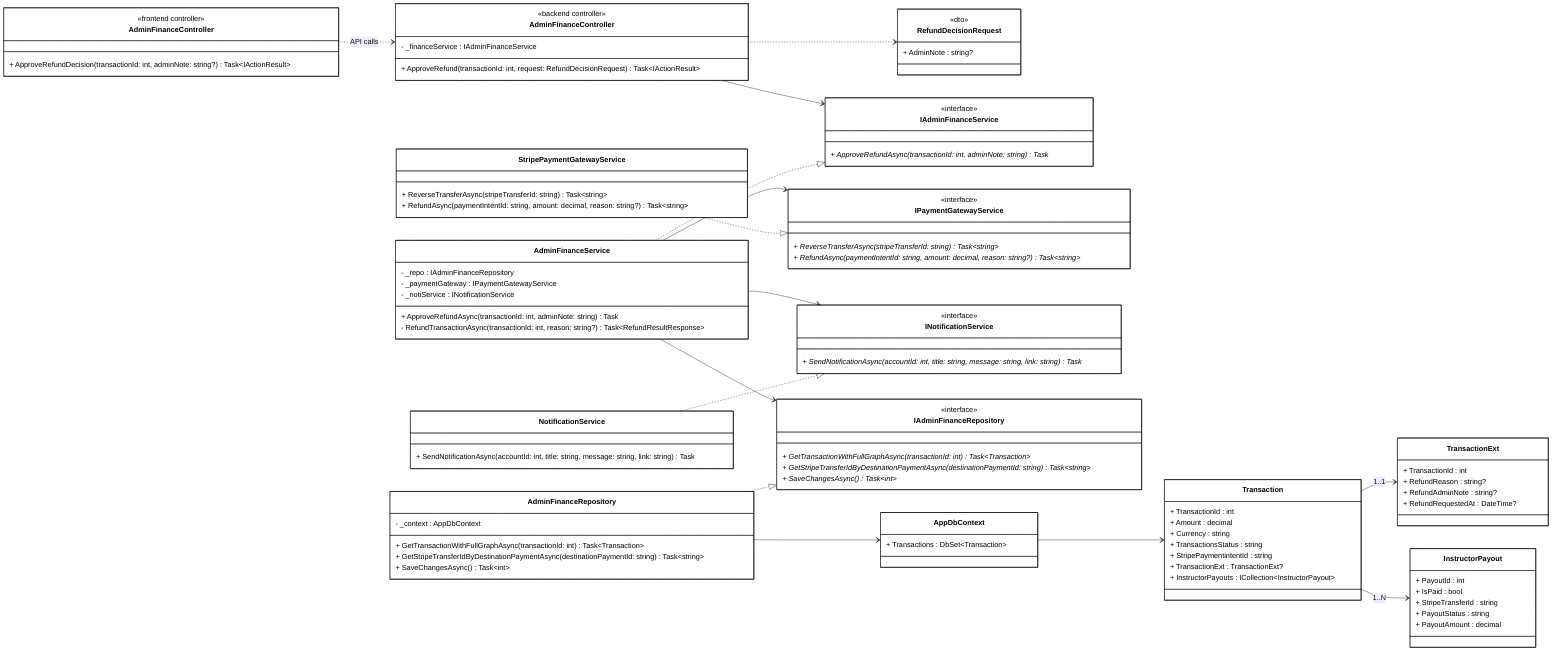
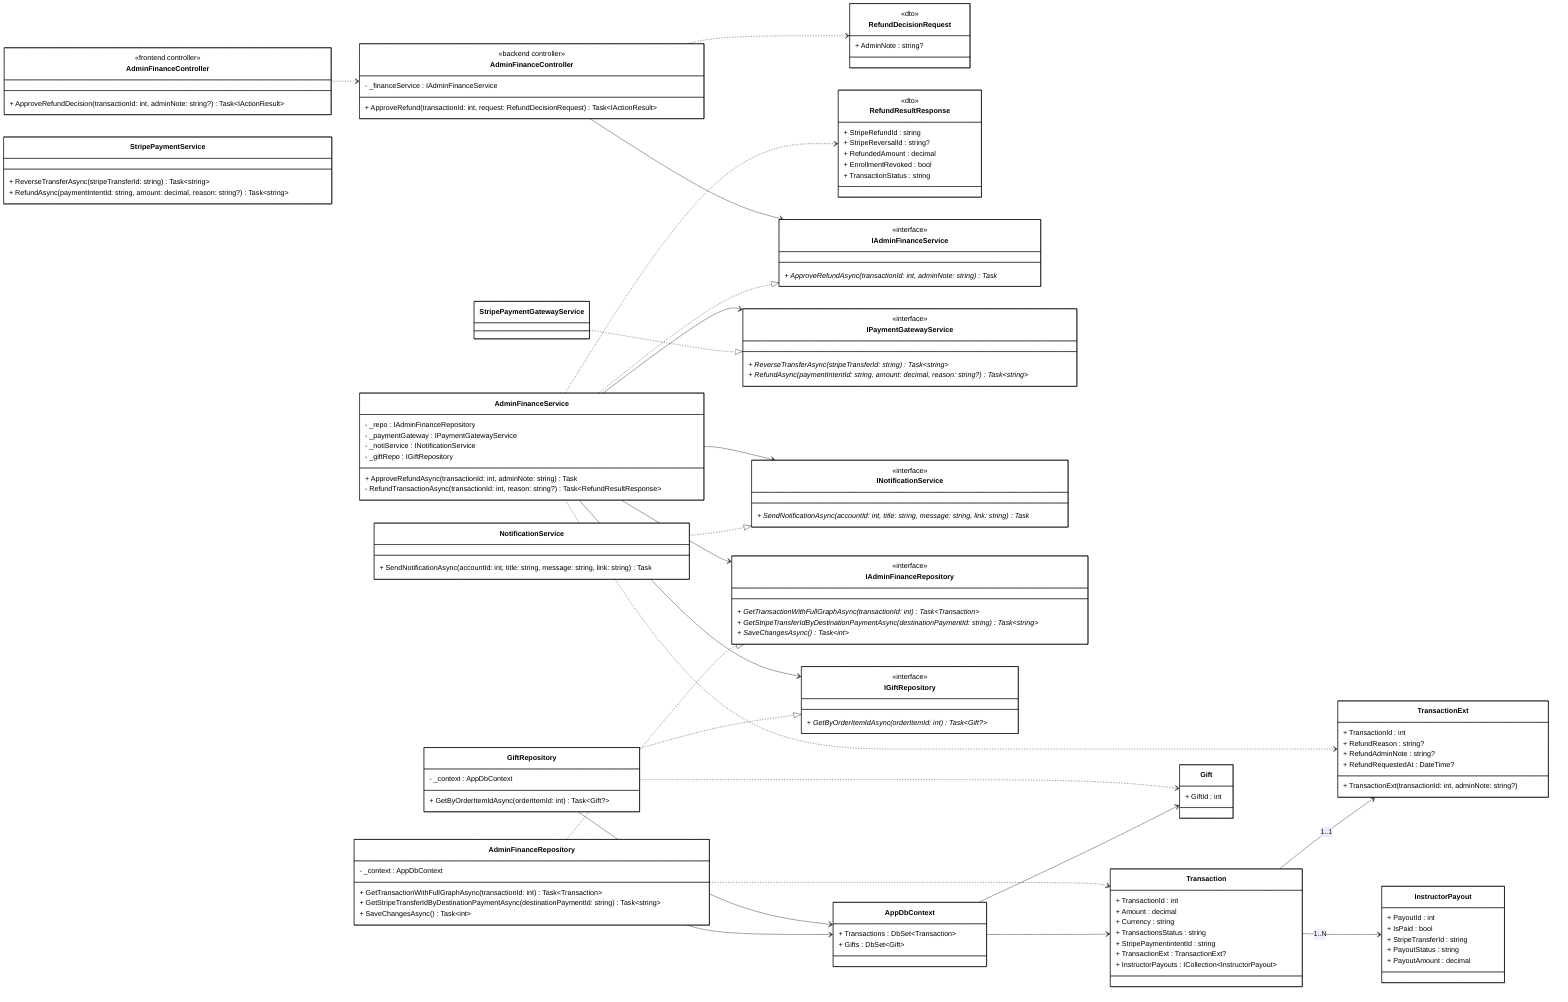
classDiagram-v2
direction LR

%% ==================== FRONTEND ====================

class AdminFinanceControllerFE["AdminFinanceController"] {
    <<frontend controller>>
    + ApproveRefundDecision(transactionId: int, adminNote: string?) Task~IActionResult~
}

%% ==================== BACKEND - CONTROLLERS ====================

class AdminFinanceControllerBE["AdminFinanceController"] {
    <<backend controller>>
    - _financeService : IAdminFinanceService
    + ApproveRefund(transactionId: int, request: RefundDecisionRequest) Task~IActionResult~
}

class RefundDecisionRequest {
    <<dto>>
    + AdminNote : string?
}

+ class RefundResultResponse {
+     <<dto>>
+     + StripeRefundId : string
+     + StripeReversalId : string?
+     + RefundedAmount : decimal
+     + EnrollmentRevoked : bool
+     + TransactionStatus : string
+ }
+ 
%% ==================== BACKEND - SERVICES ====================

class IAdminFinanceService {
    <<interface>>
    + ApproveRefundAsync(transactionId: int, adminNote: string) Task *
}

class AdminFinanceService {
    - _repo : IAdminFinanceRepository
    - _paymentGateway : IPaymentGatewayService
    - _notiService : INotificationService
+     - _giftRepo : IGiftRepository
    + ApproveRefundAsync(transactionId: int, adminNote: string) Task
    - RefundTransactionAsync(transactionId: int, reason: string?) Task~RefundResultResponse~
}

class IPaymentGatewayService {
    <<interface>>
    + ReverseTransferAsync(stripeTransferId: string) Task~string~ *
    + RefundAsync(paymentIntentId: string, amount: decimal, reason: string?) Task~string~ *
}

- class StripePaymentGatewayService {
+ class StripePaymentService {
    + ReverseTransferAsync(stripeTransferId: string) Task~string~
    + RefundAsync(paymentIntentId: string, amount: decimal, reason: string?) Task~string~
}

class INotificationService {
    <<interface>>
    + SendNotificationAsync(accountId: int, title: string, message: string, link: string) Task *
}

class NotificationService {
    + SendNotificationAsync(accountId: int, title: string, message: string, link: string) Task
}

%% ==================== BACKEND - REPOSITORIES ====================

class IAdminFinanceRepository {
    <<interface>>
    + GetTransactionWithFullGraphAsync(transactionId: int) Task~Transaction~ *
    + GetStripeTransferIdByDestinationPaymentAsync(destinationPaymentId: string) Task~string~ *
    + SaveChangesAsync() Task~int~ *
}

class AdminFinanceRepository {
    - _context : AppDbContext
    + GetTransactionWithFullGraphAsync(transactionId: int) Task~Transaction~
    + GetStripeTransferIdByDestinationPaymentAsync(destinationPaymentId: string) Task~string~
    + SaveChangesAsync() Task~int~
}

+ class IGiftRepository {
+     <<interface>>
+     + GetByOrderItemIdAsync(orderItemId: int) Task~Gift?~ *
+ }
+ 
+ class GiftRepository {
+     - _context : AppDbContext
+     + GetByOrderItemIdAsync(orderItemId: int) Task~Gift?~
+ }
+ 
%% ==================== BACKEND - DB CONTEXT ====================

class AppDbContext {
    + Transactions : DbSet~Transaction~
+     + Gifts : DbSet~Gift~
}

%% ==================== BACKEND - ENTITIES ====================

class Transaction {
    + TransactionId : int
    + Amount : decimal
    + Currency : string
    + TransactionsStatus : string
    + StripePaymentintentId : string
    + TransactionExt : TransactionExt?
    + InstructorPayouts : ICollection~InstructorPayout~
}

class TransactionExt {
    + TransactionId : int
    + RefundReason : string?
    + RefundAdminNote : string?
    + RefundRequestedAt : DateTime?
+     + TransactionExt(transactionId: int, adminNote: string?)
}

class InstructorPayout {
    + PayoutId : int
    + IsPaid : bool
    + StripeTransferId : string
    + PayoutStatus : string
    + PayoutAmount : decimal
}

+ class Gift {
+     + GiftId : int
+ }
+ 
%% ==================== RELATIONSHIPS ====================

%% === REALIZATION ===
AdminFinanceService ..|> IAdminFinanceService
StripePaymentGatewayService ..|> IPaymentGatewayService
NotificationService ..|> INotificationService
AdminFinanceRepository ..|> IAdminFinanceRepository
+ GiftRepository ..|> IGiftRepository

%% === ASSOCIATION ===
AdminFinanceControllerBE --> IAdminFinanceService
AdminFinanceService --> IAdminFinanceRepository
AdminFinanceService --> IPaymentGatewayService
AdminFinanceService --> INotificationService
+ AdminFinanceService --> IGiftRepository
AdminFinanceRepository --> AppDbContext
+ GiftRepository --> AppDbContext
AppDbContext --> Transaction
+ AppDbContext --> Gift
Transaction --> TransactionExt : 1..1
Transaction --> InstructorPayout : 1..N

%% === DEPENDENCY ===
- AdminFinanceControllerFE ..> AdminFinanceControllerBE : API calls
+ AdminFinanceControllerFE ..> AdminFinanceControllerBE
AdminFinanceControllerBE ..> RefundDecisionRequest
+ AdminFinanceService ..> RefundResultResponse
+ AdminFinanceService ..> TransactionExt
+ AdminFinanceRepository ..> Transaction
+ GiftRepository ..> Gift
+ 
+ %% ==================== LINKS ====================
+ click AdminFinanceControllerFE href "file:///c:/Users/binh4/source/repos/Linked/CourseMarketplaceFE/CourseMarketplaceFE/Controllers/AdminFinanceController.cs"
+ click AdminFinanceControllerBE href "file:///c:/Users/binh4/source/repos/Linked/CourseMarketplaceBE/CourseMarketplaceBE/Presentation/Controllers/AdminFinanceController.cs"
+ click RefundDecisionRequest href "file:///c:/Users/binh4/source/repos/Linked/CourseMarketplaceBE/CourseMarketplaceBE/Application/DTOs/RefundDecisionRequest.cs"
+ click RefundResultResponse href "file:///c:/Users/binh4/source/repos/Linked/CourseMarketplaceBE/CourseMarketplaceBE/Application/DTOs/AdminFinanceDTOs.cs"
+ click IAdminFinanceService href "file:///c:/Users/binh4/source/repos/Linked/CourseMarketplaceBE/CourseMarketplaceBE/Application/IServices/IAdminFinanceService.cs"
+ click AdminFinanceService href "file:///c:/Users/binh4/source/repos/Linked/CourseMarketplaceBE/CourseMarketplaceBE/Application/Services/AdminFinanceService.cs"
+ click IPaymentGatewayService href "file:///c:/Users/binh4/source/repos/Linked/CourseMarketplaceBE/CourseMarketplaceBE/Application/IServices/IPaymentGatewayService.cs"
+ click StripePaymentGatewayService href "file:///c:/Users/binh4/source/repos/Linked/CourseMarketplaceBE/CourseMarketplaceBE/Infrastructure/Services/StripePaymentService.cs"
+ click INotificationService href "file:///c:/Users/binh4/source/repos/Linked/CourseMarketplaceBE/CourseMarketplaceBE/Application/IServices/INotificationService.cs"
+ click NotificationService href "file:///c:/Users/binh4/source/repos/Linked/CourseMarketplaceBE/CourseMarketplaceBE/Application/Services/NotificationService.cs"
+ click IAdminFinanceRepository href "file:///c:/Users/binh4/source/repos/Linked/CourseMarketplaceBE/CourseMarketplaceBE/Domain/IRepositories/IAdminFinanceRepository.cs"
+ click AdminFinanceRepository href "file:///c:/Users/binh4/source/repos/Linked/CourseMarketplaceBE/CourseMarketplaceBE/Infrastructure/Repositories/AdminFinanceRepository.cs"
+ click IGiftRepository href "file:///c:/Users/binh4/source/repos/Linked/CourseMarketplaceBE/CourseMarketplaceBE/Domain/IRepositories/IGiftRepository.cs"
+ click GiftRepository href "file:///c:/Users/binh4/source/repos/Linked/CourseMarketplaceBE/CourseMarketplaceBE/Infrastructure/Repositories/GiftRepository.cs"
+ click AppDbContext href "file:///c:/Users/binh4/source/repos/Linked/CourseMarketplaceBE/CourseMarketplaceBE/Infrastructure/Data/AppDbContext.cs"
+ click Transaction href "file:///c:/Users/binh4/source/repos/Linked/CourseMarketplaceBE/CourseMarketplaceBE/Domain/Entities/Transaction.cs"
+ click TransactionExt href "file:///c:/Users/binh4/source/repos/Linked/CourseMarketplaceBE/CourseMarketplaceBE/Domain/Entities/TransactionExt.cs"
+ click InstructorPayout href "file:///c:/Users/binh4/source/repos/Linked/CourseMarketplaceBE/CourseMarketplaceBE/Domain/Entities/InstructorPayout.cs"
+ click Gift href "file:///c:/Users/binh4/source/repos/Linked/CourseMarketplaceBE/CourseMarketplaceBE/Domain/Entities/Gift.cs"

%% ==================== STYLES ====================
classDef default fill:#FFFFFF,stroke:#000000,stroke-width:1px,color:#000000
